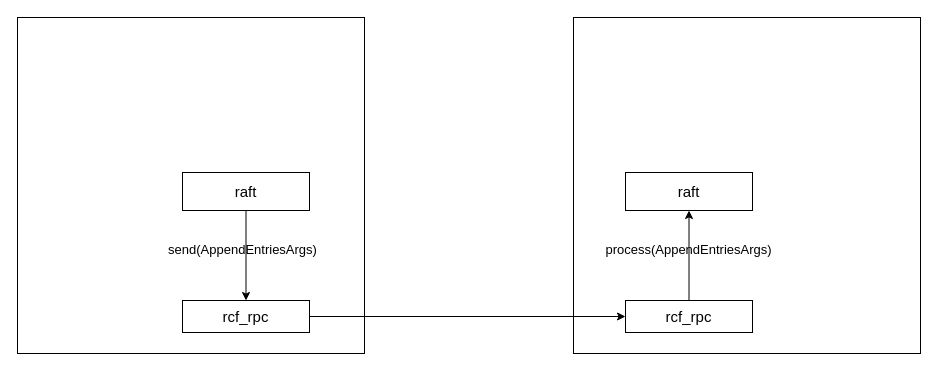
Holworth/DrawIO keeps this draw.io diagram as FlexRaft.drawio. Above is the earlier version. Source tidied: cells renumbered, new cells numbered last; positions are measured from the earlier drawing's top-left corner, leaving out a move shared by most shapes. Both pictures are drawn from the tidied source at 100%, with x=0, y=0 at pixel (17, 17).
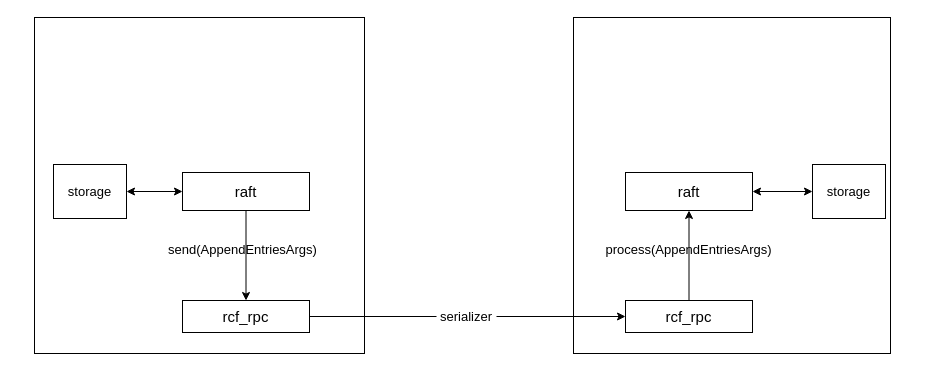
The same page after the edit.

Change to the diagram source:
```diff
@@
 <mxGraphModel>
   <root>
     <mxCell id="0" />
     <mxCell id="1" parent="0" />
     <mxCell id="2" style="rounded=0;whiteSpace=wrap;html=1;" parent="1" vertex="1">
-      <mxGeometry width="347" height="336" as="geometry" />
+      <mxGeometry x="17" width="330" height="336" as="geometry" />
     </mxCell>
     <mxCell id="3" value="&lt;font style=&quot;font-size: 15px;&quot;&gt;rcf_rpc&lt;/font&gt;" style="rounded=0;whiteSpace=wrap;html=1;" parent="1" vertex="1">
       <mxGeometry x="165" y="283" width="127" height="32" as="geometry" />
     </mxCell>
     <mxCell id="4" value="raft" style="rounded=0;whiteSpace=wrap;html=1;fontSize=15;" parent="1" vertex="1">
       <mxGeometry x="165" y="155" width="127" height="38" as="geometry" />
     </mxCell>
     <mxCell id="5" style="endArrow=classic;html=1;rounded=0;fontSize=15;exitX=0.5;exitY=1;exitDx=0;exitDy=0;" parent="1" edge="1" source="4" target="3">
       <mxGeometry relative="1" as="geometry" />
     </mxCell>
     <mxCell id="6" style="rounded=0;whiteSpace=wrap;html=1;" parent="1" vertex="1">
-      <mxGeometry x="556" width="347" height="336" as="geometry" />
+      <mxGeometry x="556" width="317" height="336" as="geometry" />
     </mxCell>
     <mxCell id="7" value="&lt;font style=&quot;font-size: 15px;&quot;&gt;rcf_rpc&lt;/font&gt;" style="rounded=0;whiteSpace=wrap;html=1;" parent="1" vertex="1">
       <mxGeometry x="608" y="283" width="127" height="32" as="geometry" />
     </mxCell>
     <mxCell id="8" value="raft" style="rounded=0;whiteSpace=wrap;html=1;fontSize=15;" parent="1" vertex="1">
       <mxGeometry x="608" y="155" width="127" height="38" as="geometry" />
     </mxCell>
-    <mxCell id="9" style="endArrow=classic;html=1;rounded=0;fontSize=15;exitX=1;exitY=0.5;exitDx=0;exitDy=0;entryX=0;entryY=0.5;entryDx=0;entryDy=0;" parent="1" edge="1" source="3" target="7">
+    <mxCell id="9" style="endArrow=classic;html=1;rounded=0;fontSize=15;exitX=1;exitY=0.5;exitDx=0;exitDy=0;entryX=0;entryY=0.5;entryDx=0;entryDy=0;startArrow=none;" parent="1" edge="1" source="13" target="7">
       <mxGeometry relative="1" as="geometry" />
     </mxCell>
     <mxCell id="10" style="endArrow=classic;html=1;rounded=0;fontSize=15;exitX=0.5;exitY=0;exitDx=0;exitDy=0;" parent="1" edge="1" source="7" target="8">
       <mxGeometry relative="1" as="geometry" />
     </mxCell>
     <mxCell id="11" value="&lt;font style=&quot;font-size: 13px;&quot;&gt;send(AppendEntriesArgs)&lt;/font&gt;" style="text;html=1;strokeColor=none;fillColor=none;align=center;verticalAlign=middle;whiteSpace=wrap;rounded=0;fontSize=15;" parent="1" vertex="1">
       <mxGeometry x="143" y="216" width="165" height="30" as="geometry" />
     </mxCell>
     <mxCell id="12" value="&lt;font style=&quot;font-size: 13px;&quot;&gt;process(AppendEntriesArgs)&lt;/font&gt;" style="text;html=1;strokeColor=none;fillColor=none;align=center;verticalAlign=middle;whiteSpace=wrap;rounded=0;fontSize=15;" parent="1" vertex="1">
       <mxGeometry x="589" y="216" width="165" height="30" as="geometry" />
     </mxCell>
+    <mxCell id="13" value="serializer" style="text;html=1;strokeColor=none;fillColor=none;align=center;verticalAlign=middle;whiteSpace=wrap;rounded=0;fontSize=13;" parent="1" vertex="1">
+      <mxGeometry x="419" y="284" width="60" height="30" as="geometry" />
+    </mxCell>
+    <mxCell id="14" style="endArrow=none;html=1;rounded=0;fontSize=15;exitX=1;exitY=0.5;exitDx=0;exitDy=0;entryX=0;entryY=0.5;entryDx=0;entryDy=0;" parent="1" edge="1" source="3" target="13">
+      <mxGeometry relative="1" as="geometry" />
+    </mxCell>
+    <mxCell id="15" value="storage" style="rounded=0;whiteSpace=wrap;html=1;fontSize=13;" parent="1" vertex="1">
+      <mxGeometry x="36" y="147" width="73" height="54" as="geometry" />
+    </mxCell>
+    <mxCell id="16" value="storage" style="rounded=0;whiteSpace=wrap;html=1;fontSize=13;" parent="1" vertex="1">
+      <mxGeometry x="795" y="147" width="73" height="54" as="geometry" />
+    </mxCell>
+    <mxCell id="17" style="endArrow=classic;startArrow=classic;html=1;rounded=0;fontSize=13;exitX=1;exitY=0.5;exitDx=0;exitDy=0;entryX=0;entryY=0.5;entryDx=0;entryDy=0;" parent="1" edge="1" source="15" target="4">
+      <mxGeometry relative="1" as="geometry" />
+    </mxCell>
+    <mxCell id="18" style="endArrow=classic;startArrow=classic;html=1;rounded=0;fontSize=13;exitX=1;exitY=0.5;exitDx=0;exitDy=0;" parent="1" edge="1" source="8" target="16">
+      <mxGeometry relative="1" as="geometry" />
+    </mxCell>
   </root>
 </mxGraphModel>
```
